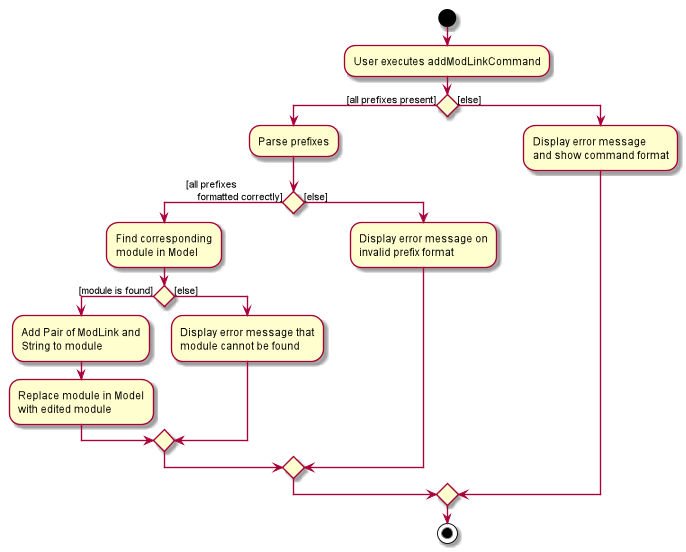
Before: images/AddModLinkActivityDiagram.png, a diagram exported from PlantUML (AY1920-CS2103-W15-3/addressbook-level3).
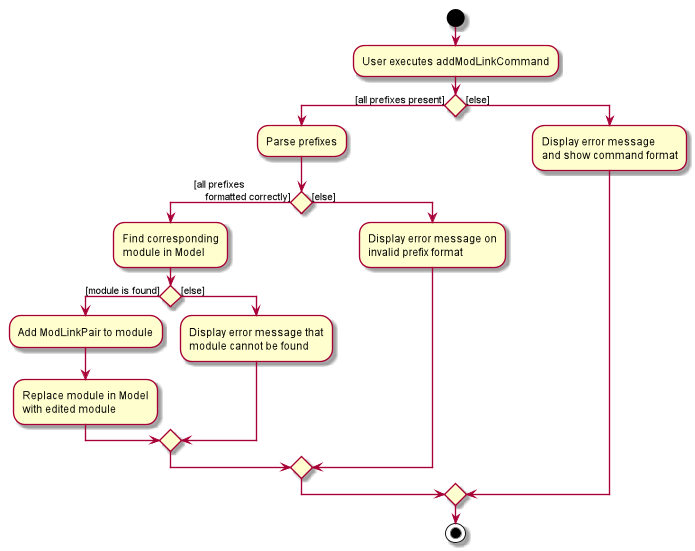
The same diagram one commit later.

Diff of the diagram source:
```diff
@@ -10,8 +10,7 @@
         :Find corresponding
         module in Model;
         if () then ([module is found])
-            :Add Pair of ModLink and
-            String to module;
+            :Add ModLinkPair to module;
             :Replace module in Model
             with edited module;
         else ([else])
```
